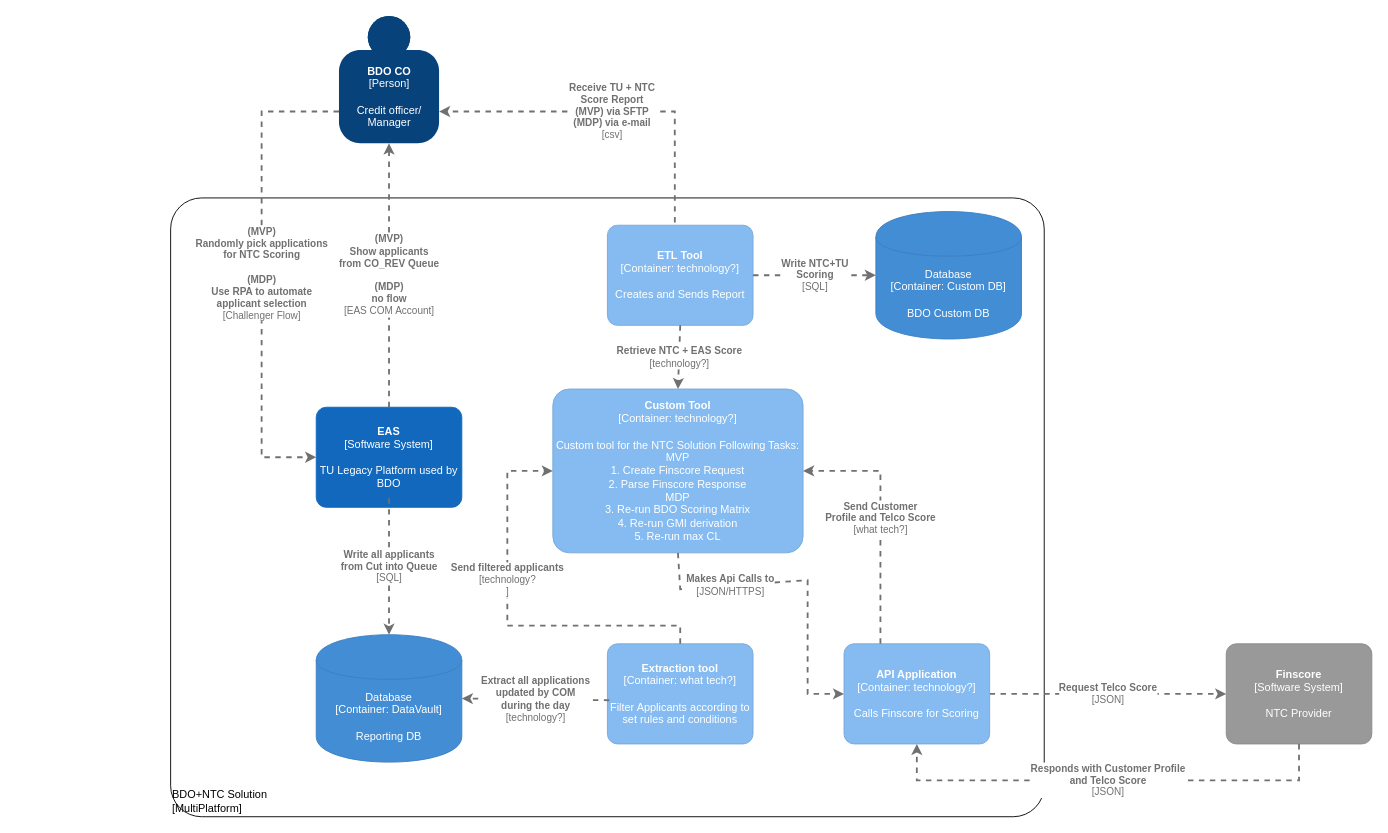
Earlier version of the draw.io diagram page "LV1: POC Solution" (2 of 3) of BDO-NTC-EAS.drawio (howardleev/c4-draw.io). Source tidied: cells renumbered, new cells numbered last; positions are measured from the earlier drawing's top-left corner, leaving out a move shared by most shapes. Both pictures are drawn from the tidied source at 91%, with x=0, y=0 at pixel (170, 15).
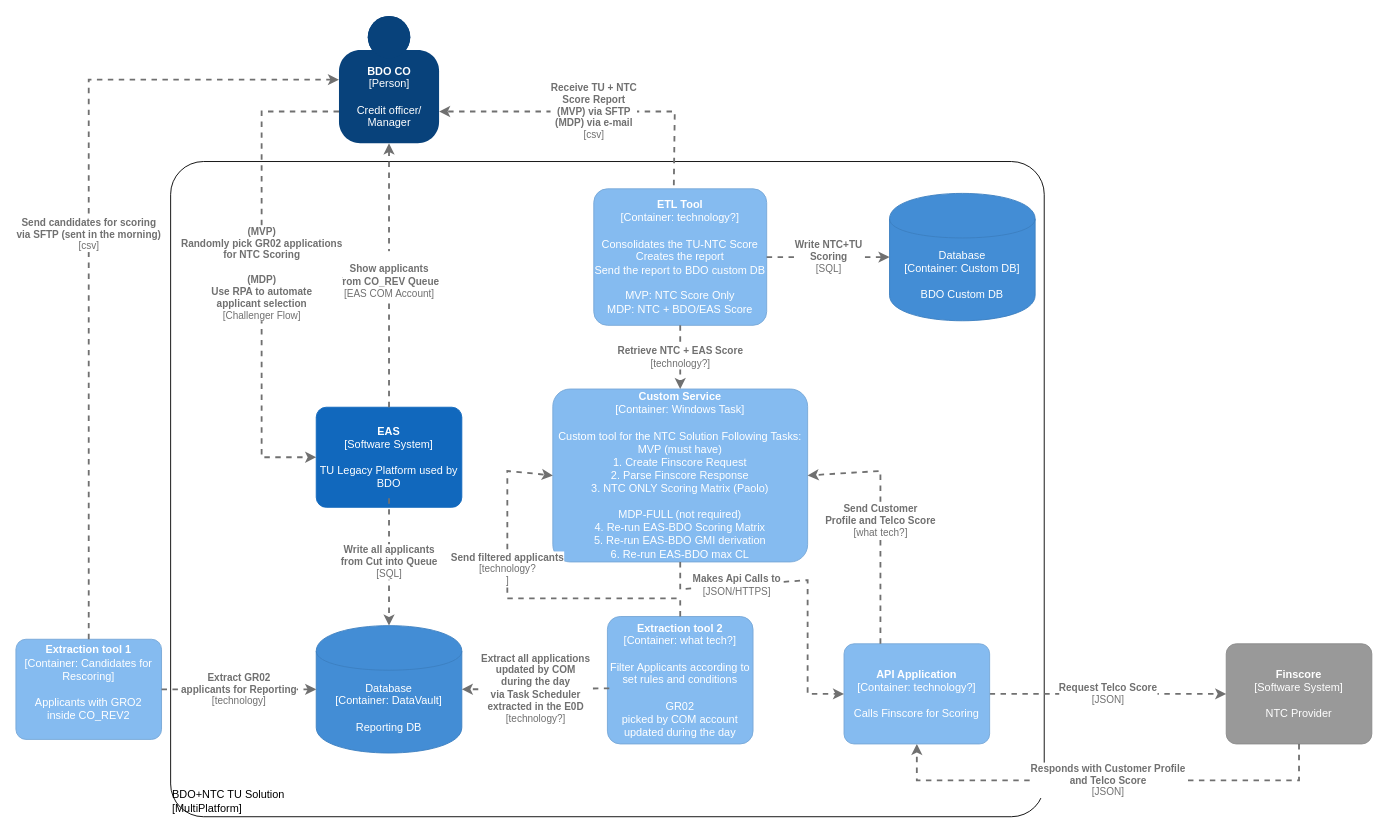
The same diagram, later.

Unchanged cells that the change refers to:
```xml
<object id="3" label="&lt;b&gt;%c4Name%&lt;/b&gt;&lt;div&gt;[%c4Type%]&lt;/div&gt;&lt;br&gt;&lt;div&gt;%c4Description%&lt;/div&gt;" c4Description="Credit officer/&#10;Manager" c4Name="BDO CO" c4Type="Person" placeholders="1">
  <mxCell style="html=1;dashed=0;whitespace=wrap;fillColor=#08427b;strokeColor=none;fontColor=#ffffff;shape=mxgraph.c4.person;align=center;points=[[0.5,0,0],[1,0.5,0],[1,0.75,0],[0.75,1,0],[0.5,1,0],[0.25,1,0],[0,0.75,0],[0,0.5,0]];metaData={&quot;c4Type&quot;:{&quot;editable&quot;:false}};direction=east;" parent="1" vertex="1">
    <mxGeometry x="185" width="110" height="140" as="geometry" />
  </mxCell>
</object>
<object id="8" label="&lt;b&gt;%c4Name%&lt;/b&gt;&lt;div&gt;[%c4Type%]&lt;/div&gt;&lt;br&gt;&lt;div&gt;%c4Description%&lt;/div&gt;" c4Description="TU Legacy Platform used by BDO" c4Name="EAS" c4Type="Software System" placeholders="1">
  <mxCell style="rounded=1;whiteSpace=wrap;html=1;labelBackgroundColor=none;fillColor=#1168BD;fontColor=#ffffff;align=center;arcSize=10;strokeColor=#1168BD;metaData={&quot;c4Type&quot;:{&quot;editable&quot;:false}};points=[[0.25,0,0],[0.5,0,0],[0.75,0,0],[1,0.25,0],[1,0.5,0],[1,0.75,0],[0.75,1,0],[0.5,1,0],[0.25,1,0],[0,0.75,0],[0,0.5,0],[0,0.25,0]];" parent="1" vertex="1">
    <mxGeometry x="160" y="430" width="160" height="110" as="geometry" />
  </mxCell>
</object>
```

The edit, as a diff of the source:
```diff
@@
-    <object id="2" label="&lt;div style=&quot;text-align: left&quot;&gt;%c4Name%&lt;/div&gt;&lt;div style=&quot;text-align: left&quot;&gt;[%c4Application%]&lt;/div&gt;" c4Application="MultiPlatform" c4Name="BDO+NTC Solution" placeholders="1">
+    <object id="2" label="&lt;div style=&quot;text-align: left&quot;&gt;%c4Name%&lt;/div&gt;&lt;div style=&quot;text-align: left&quot;&gt;[%c4Application%]&lt;/div&gt;" c4Application="MultiPlatform" c4Name="BDO+NTC TU Solution" placeholders="1">
       <mxCell style="rounded=1;whiteSpace=wrap;html=1;labelBackgroundColor=none;fillColor=#ffffff;fontColor=#000000;align=left;arcSize=5;strokeColor=#000000;verticalAlign=bottom;metaData={&quot;c4Type&quot;:{&quot;editable&quot;:false}};" parent="1" vertex="1">
-        <mxGeometry y="200" width="960" height="680" as="geometry" />
+        <mxGeometry y="160" width="960" height="720" as="geometry" />
       </mxCell>
     </object>
@@
-    <object id="9" label="&lt;div style=&quot;text-align: left&quot;&gt;&lt;div style=&quot;text-align: center&quot;&gt;&lt;b&gt;%c4Description%&lt;/b&gt;&lt;/div&gt;&lt;div style=&quot;text-align: center&quot;&gt;[%c4Technology%]&lt;/div&gt;&lt;/div&gt;" c4Description="(MVP)&#10;Show applicants &#10;from CO_REV Queue&#10;&#10;(MDP)&#10;no flow" c4Technology="EAS COM Account" placeholders="1">
+    <object id="9" label="&lt;div style=&quot;text-align: left&quot;&gt;&lt;div style=&quot;text-align: center&quot;&gt;&lt;b&gt;%c4Description%&lt;/b&gt;&lt;/div&gt;&lt;div style=&quot;text-align: center&quot;&gt;[%c4Technology%]&lt;/div&gt;&lt;/div&gt;" c4Description="&#10;Show applicants &#10;from CO_REV Queue&#10;" c4Technology="EAS COM Account" placeholders="1">
       <mxCell style="edgeStyle=none;rounded=0;html=1;entryX=0.5;entryY=1;jettySize=auto;strokeColor=#707070;strokeWidth=2;fontColor=#707070;jumpStyle=none;dashed=1;metaData={&quot;c4Type&quot;:{&quot;editable&quot;:false}};entryDx=0;entryDy=0;entryPerimeter=0;exitX=0.5;exitY=0;exitDx=0;exitDy=0;exitPerimeter=0;" parent="1" edge="1" source="8" target="3">
         <mxGeometry relative="1" as="geometry" />
       </mxCell>
     </object>
-    <object id="10" label="&lt;div style=&quot;text-align: left&quot;&gt;&lt;div style=&quot;text-align: center&quot;&gt;&lt;b&gt;%c4Description%&lt;/b&gt;&lt;/div&gt;&lt;div style=&quot;text-align: center&quot;&gt;[%c4Technology%]&lt;/div&gt;&lt;/div&gt;" c4Description="(MVP)&#10;Randomly pick applications &#10;for NTC Scoring&#10;&#10;(MDP)&#10;Use RPA to automate&#10;applicant selection" c4Technology="Challenger Flow" placeholders="1">
+    <object id="10" label="&lt;div style=&quot;text-align: left&quot;&gt;&lt;div style=&quot;text-align: center&quot;&gt;&lt;b&gt;%c4Description%&lt;/b&gt;&lt;/div&gt;&lt;div style=&quot;text-align: center&quot;&gt;[%c4Technology%]&lt;/div&gt;&lt;/div&gt;" c4Description="(MVP)&#10;Randomly pick GR02 applications &#10;for NTC Scoring&#10;&#10;(MDP)&#10;Use RPA to automate&#10;applicant selection" c4Technology="Challenger Flow" placeholders="1">
       <mxCell style="edgeStyle=none;rounded=0;html=1;jettySize=auto;strokeColor=#707070;strokeWidth=2;fontColor=#707070;jumpStyle=none;dashed=1;metaData={&quot;c4Type&quot;:{&quot;editable&quot;:false}};exitX=0;exitY=0.75;exitDx=0;exitDy=0;exitPerimeter=0;entryX=0;entryY=0.5;entryDx=0;entryDy=0;entryPerimeter=0;" parent="1" edge="1" source="3" target="8">
         <mxGeometry relative="1" as="geometry">
           <Array as="points">
             <mxPoint x="100" y="105" />
             <mxPoint x="100" y="485" />
           </Array>
         </mxGeometry>
       </mxCell>
     </object>
     <object id="11" label="%c4Type%&lt;div&gt;[Container:&amp;nbsp;%c4Technology%]&lt;/div&gt;&lt;br&gt;&lt;div&gt;%c4Description%&lt;/div&gt;" c4Description="Reporting DB" c4Technology="DataVault" c4Type="Database" placeholders="1">
       <mxCell style="shape=cylinder;whiteSpace=wrap;html=1;boundedLbl=1;rounded=0;labelBackgroundColor=none;fillColor=#438DD5;fontSize=12;fontColor=#ffffff;align=center;strokeColor=#3C7FC0;points=[[0.5,0,0],[1,0.25,0],[1,0.5,0],[1,0.75,0],[0.5,1,0],[0,0.75,0],[0,0.5,0],[0,0.25,0]];metaData={&quot;c4Type&quot;:{&quot;editable&quot;:false}};" parent="1" vertex="1">
-        <mxGeometry x="160" y="680" width="160" height="140" as="geometry" />
+        <mxGeometry x="160" y="670" width="160" height="140" as="geometry" />
       </mxCell>
     </object>
@@
-    <object id="13" label="&lt;b&gt;%c4Name%&lt;/b&gt;&lt;div&gt;[%c4Type%: %c4Technology%]&lt;/div&gt;&lt;br&gt;&lt;div&gt;%c4Description%&lt;/div&gt;" c4Description="Filter Applicants according to set rules and conditions" c4Name="Extraction tool" c4Technology="what tech?" c4Type="Container" placeholders="1">
+    <object id="13" label="&lt;b&gt;%c4Name%&lt;/b&gt;&lt;div&gt;[%c4Type%: %c4Technology%]&lt;/div&gt;&lt;br&gt;&lt;div&gt;%c4Description%&lt;/div&gt;" c4Description="Filter Applicants according to set rules and conditions&#10;&#10;GR02&#10;picked by COM account&#10;updated during the day" c4Name="Extraction tool 2" c4Technology="what tech?" c4Type="Container" placeholders="1">
       <mxCell style="rounded=1;whiteSpace=wrap;html=1;labelBackgroundColor=none;fillColor=#85BBF0;fontColor=#ffffff;align=center;arcSize=10;strokeColor=#78A8D8;metaData={&quot;c4Type&quot;:{&quot;editable&quot;:false}};points=[[0.25,0,0],[0.5,0,0],[0.75,0,0],[1,0.25,0],[1,0.5,0],[1,0.75,0],[0.75,1,0],[0.5,1,0],[0.25,1,0],[0,0.75,0],[0,0.5,0],[0,0.25,0]];" parent="1" vertex="1">
-        <mxGeometry x="480" y="690" width="160" height="110" as="geometry" />
+        <mxGeometry x="480" y="660" width="160" height="140" as="geometry" />
       </mxCell>
     </object>
-    <object id="14" label="&lt;div style=&quot;text-align: left&quot;&gt;&lt;div style=&quot;text-align: center&quot;&gt;&lt;b&gt;%c4Description%&lt;/b&gt;&lt;/div&gt;&lt;div style=&quot;text-align: center&quot;&gt;[%c4Technology%]&lt;/div&gt;&lt;/div&gt;" c4Description="Extract all applications &#10;updated by COM &#10;during the day" c4Technology="technology?" placeholders="1">
+    <object id="14" label="&lt;div style=&quot;text-align: left&quot;&gt;&lt;div style=&quot;text-align: center&quot;&gt;&lt;b&gt;%c4Description%&lt;/b&gt;&lt;/div&gt;&lt;div style=&quot;text-align: center&quot;&gt;[%c4Technology%]&lt;/div&gt;&lt;/div&gt;" c4Description="Extract all applications &#10;updated by COM &#10;during the day&#10;via Task Scheduler&#10;extracted in the E0D" c4Technology="technology?" placeholders="1">
       <mxCell style="edgeStyle=none;rounded=0;html=1;entryX=1;entryY=0.5;jettySize=auto;strokeColor=#707070;strokeWidth=2;fontColor=#707070;jumpStyle=none;dashed=1;metaData={&quot;c4Type&quot;:{&quot;editable&quot;:false}};exitX=0.013;exitY=0.564;exitDx=0;exitDy=0;exitPerimeter=0;entryDx=0;entryDy=0;entryPerimeter=0;" parent="1" edge="1" source="13" target="11">
         <mxGeometry relative="1" as="geometry" />
       </mxCell>
     </object>
@@
-    <object id="16" label="&lt;b&gt;%c4Name%&lt;/b&gt;&lt;div&gt;[%c4Type%: %c4Technology%]&lt;/div&gt;&lt;br&gt;&lt;div&gt;%c4Description%&lt;/div&gt;" c4Description="Custom tool for the NTC Solution Following Tasks:&#10;MVP&#10;1. Create Finscore Request&#10;2. Parse Finscore Response&#10;MDP&#10;3. Re-run BDO Scoring Matrix &#10;4. Re-run GMI derivation&#10;5. Re-run max CL" c4Name="Custom Tool" c4Technology="technology?" c4Type="Container" placeholders="1">
+    <object id="16" label="&lt;b&gt;%c4Name%&lt;/b&gt;&lt;div&gt;[%c4Type%: %c4Technology%]&lt;/div&gt;&lt;br&gt;&lt;div&gt;%c4Description%&lt;/div&gt;" c4Description="Custom tool for the NTC Solution Following Tasks:&#10;MVP (must have)&#10;1. Create Finscore Request&#10;2. Parse Finscore Response&#10;3. NTC ONLY Scoring Matrix (Paolo)&#10;&#10;MDP-FULL (not required)&#10;4. Re-run EAS-BDO Scoring Matrix &#10;5. Re-run EAS-BDO GMI derivation&#10;6. Re-run EAS-BDO max CL" c4Name="Custom Service" c4Technology="Windows Task" c4Type="Container" placeholders="1">
       <mxCell style="rounded=1;whiteSpace=wrap;html=1;labelBackgroundColor=none;fillColor=#85BBF0;fontColor=#ffffff;align=center;arcSize=10;strokeColor=#78A8D8;metaData={&quot;c4Type&quot;:{&quot;editable&quot;:false}};points=[[0.25,0,0],[0.5,0,0],[0.75,0,0],[1,0.25,0],[1,0.5,0],[1,0.75,0],[0.75,1,0],[0.5,1,0],[0.25,1,0],[0,0.75,0],[0,0.5,0],[0,0.25,0]];" parent="1" vertex="1">
-        <mxGeometry x="420" y="410" width="275" height="180" as="geometry" />
+        <mxGeometry x="420" y="410" width="280" height="190" as="geometry" />
       </mxCell>
     </object>
@@
-    <object id="19" label="&lt;b&gt;%c4Name%&lt;/b&gt;&lt;div&gt;[%c4Type%: %c4Technology%]&lt;/div&gt;&lt;br&gt;&lt;div&gt;%c4Description%&lt;/div&gt;" c4Description="Creates and Sends Report" c4Name="ETL Tool" c4Technology="technology?" c4Type="Container" placeholders="1">
+    <object id="19" label="&lt;b&gt;%c4Name%&lt;/b&gt;&lt;div&gt;[%c4Type%: %c4Technology%]&lt;/div&gt;&lt;br&gt;&lt;div&gt;%c4Description%&lt;/div&gt;" c4Description="Consolidates the TU-NTC Score&#10;Creates the report&#10;Send the report to BDO custom DB&#10;&#10;MVP: NTC Score Only&#10;MDP: NTC + BDO/EAS Score" c4Name="ETL Tool" c4Technology="technology?" c4Type="Container" placeholders="1">
       <mxCell style="rounded=1;whiteSpace=wrap;html=1;labelBackgroundColor=none;fillColor=#85BBF0;fontColor=#ffffff;align=center;arcSize=10;strokeColor=#78A8D8;metaData={&quot;c4Type&quot;:{&quot;editable&quot;:false}};points=[[0.25,0,0],[0.5,0,0],[0.75,0,0],[1,0.25,0],[1,0.5,0],[1,0.75,0],[0.75,1,0],[0.5,1,0],[0.25,1,0],[0,0.75,0],[0,0.5,0],[0,0.25,0]];" parent="1" vertex="1">
-        <mxGeometry x="480" y="230" width="160" height="110" as="geometry" />
+        <mxGeometry x="465" y="190" width="190" height="150" as="geometry" />
       </mxCell>
     </object>
     <object id="20" label="&lt;div style=&quot;text-align: left&quot;&gt;&lt;div style=&quot;text-align: center&quot;&gt;&lt;b&gt;%c4Description%&lt;/b&gt;&lt;/div&gt;&lt;div style=&quot;text-align: center&quot;&gt;[%c4Technology%]&lt;/div&gt;&lt;/div&gt;" c4Description="Send filtered applicants " c4Technology="technology?&#10;" placeholders="1">
       <mxCell style="edgeStyle=none;rounded=0;html=1;jettySize=auto;strokeColor=#707070;strokeWidth=2;fontColor=#707070;jumpStyle=none;dashed=1;metaData={&quot;c4Type&quot;:{&quot;editable&quot;:false}};exitX=0.5;exitY=0;exitDx=0;exitDy=0;exitPerimeter=0;entryX=0;entryY=0.5;entryDx=0;entryDy=0;entryPerimeter=0;" parent="1" edge="1" source="13" target="16">
         <mxGeometry x="0.21" relative="1" as="geometry">
           <Array as="points">
-            <mxPoint x="560" y="670" />
-            <mxPoint x="460" y="670" />
-            <mxPoint x="370" y="670" />
+            <mxPoint x="560" y="640" />
+            <mxPoint x="470" y="640" />
+            <mxPoint x="370" y="640" />
             <mxPoint x="370" y="620" />
             <mxPoint x="370" y="500" />
           </Array>
         </mxGeometry>
       </mxCell>
     </object>
@@
     <object id="22" label="%c4Type%&lt;div&gt;[Container:&amp;nbsp;%c4Technology%]&lt;/div&gt;&lt;br&gt;&lt;div&gt;%c4Description%&lt;/div&gt;" c4Description="BDO Custom DB" c4Technology="Custom DB" c4Type="Database" placeholders="1">
       <mxCell style="shape=cylinder;whiteSpace=wrap;html=1;boundedLbl=1;rounded=0;labelBackgroundColor=none;fillColor=#438DD5;fontSize=12;fontColor=#ffffff;align=center;strokeColor=#3C7FC0;points=[[0.5,0,0],[1,0.25,0],[1,0.5,0],[1,0.75,0],[0.5,1,0],[0,0.75,0],[0,0.5,0],[0,0.25,0]];metaData={&quot;c4Type&quot;:{&quot;editable&quot;:false}};" parent="1" vertex="1">
-        <mxGeometry x="775" y="215" width="160" height="140" as="geometry" />
+        <mxGeometry x="790" y="195" width="160" height="140" as="geometry" />
       </mxCell>
     </object>
@@
+    <object id="24" label="&lt;b&gt;%c4Name%&lt;/b&gt;&lt;div&gt;[%c4Type%: %c4Technology%]&lt;/div&gt;&lt;br&gt;&lt;div&gt;%c4Description%&lt;/div&gt;" c4Description="Applicants with GRO2&#10;inside CO_REV2&#10;&#10;" c4Name="Extraction tool 1" c4Technology="Candidates for Rescoring" c4Type="Container" placeholders="1">
+      <mxCell style="rounded=1;whiteSpace=wrap;html=1;labelBackgroundColor=none;fillColor=#85BBF0;fontColor=#ffffff;align=center;arcSize=10;strokeColor=#78A8D8;metaData={&quot;c4Type&quot;:{&quot;editable&quot;:false}};points=[[0.25,0,0],[0.5,0,0],[0.75,0,0],[1,0.25,0],[1,0.5,0],[1,0.75,0],[0.75,1,0],[0.5,1,0],[0.25,1,0],[0,0.75,0],[0,0.5,0],[0,0.25,0]];" parent="1" vertex="1">
+        <mxGeometry x="-170" y="685" width="160" height="110" as="geometry" />
+      </mxCell>
+    </object>
+    <object id="25" label="&lt;div style=&quot;text-align: left&quot;&gt;&lt;div style=&quot;text-align: center&quot;&gt;&lt;b&gt;%c4Description%&lt;/b&gt;&lt;/div&gt;&lt;div style=&quot;text-align: center&quot;&gt;[%c4Technology%]&lt;/div&gt;&lt;/div&gt;" c4Description="Extract GR02 &#10;applicants for Reporting" c4Technology="technology" placeholders="1">
+      <mxCell style="edgeStyle=none;rounded=0;html=1;entryX=0;entryY=0.5;jettySize=auto;strokeColor=#707070;strokeWidth=2;fontColor=#707070;jumpStyle=none;dashed=1;metaData={&quot;c4Type&quot;:{&quot;editable&quot;:false}};entryDx=0;entryDy=0;entryPerimeter=0;" parent="1" edge="1" source="24" target="11">
+        <mxGeometry relative="1" as="geometry" />
+      </mxCell>
+    </object>
+    <object id="26" label="&lt;div style=&quot;text-align: left&quot;&gt;&lt;div style=&quot;text-align: center&quot;&gt;&lt;b&gt;%c4Description%&lt;/b&gt;&lt;/div&gt;&lt;div style=&quot;text-align: center&quot;&gt;[%c4Technology%]&lt;/div&gt;&lt;/div&gt;" c4Description="Send candidates for scoring&#10;via SFTP (sent in the morning)" c4Technology="csv" placeholders="1">
+      <mxCell style="edgeStyle=none;rounded=0;html=1;jettySize=auto;strokeColor=#707070;strokeWidth=2;fontColor=#707070;jumpStyle=none;dashed=1;metaData={&quot;c4Type&quot;:{&quot;editable&quot;:false}};exitX=0.5;exitY=0;exitDx=0;exitDy=0;exitPerimeter=0;entryX=0;entryY=0.5;entryDx=0;entryDy=0;entryPerimeter=0;" parent="1" edge="1" source="24" target="3">
+        <mxGeometry relative="1" as="geometry">
+          <Array as="points">
+            <mxPoint x="-90" y="70" />
+          </Array>
+        </mxGeometry>
+      </mxCell>
+    </object>
```
